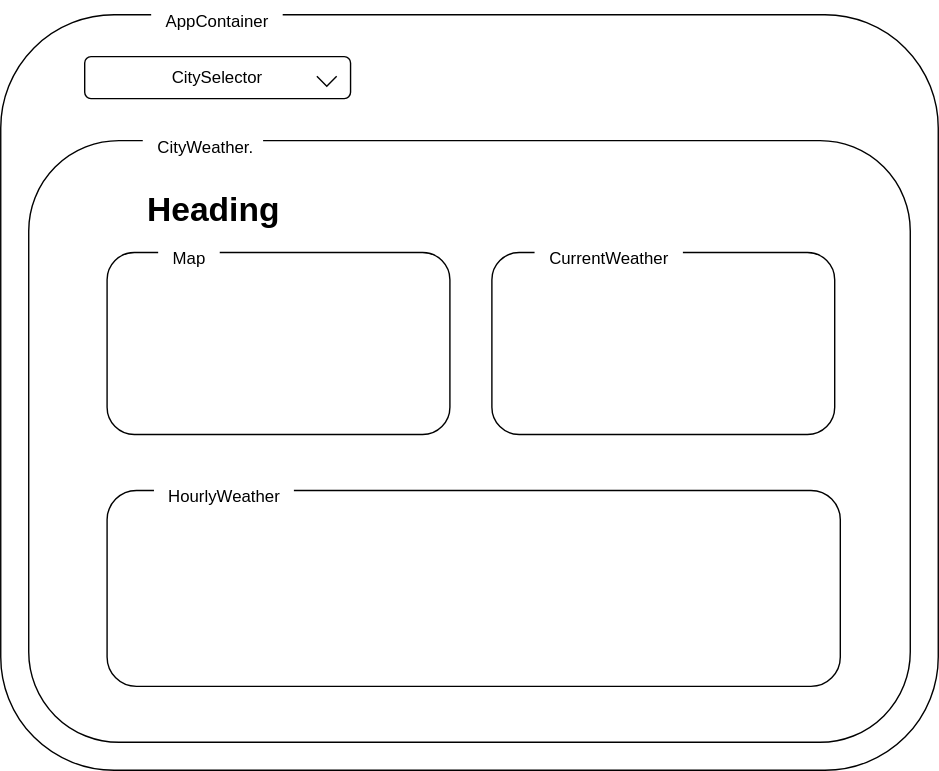
Before: img/wireframe.svg, a diagram exported from draw.io (douglasrusse11/weather_app_weekend_homework_07). Source tidied: cells renumbered, new cells last; positions are measured from the earlier drawing's top-left corner, leaving out a move shared by most shapes.
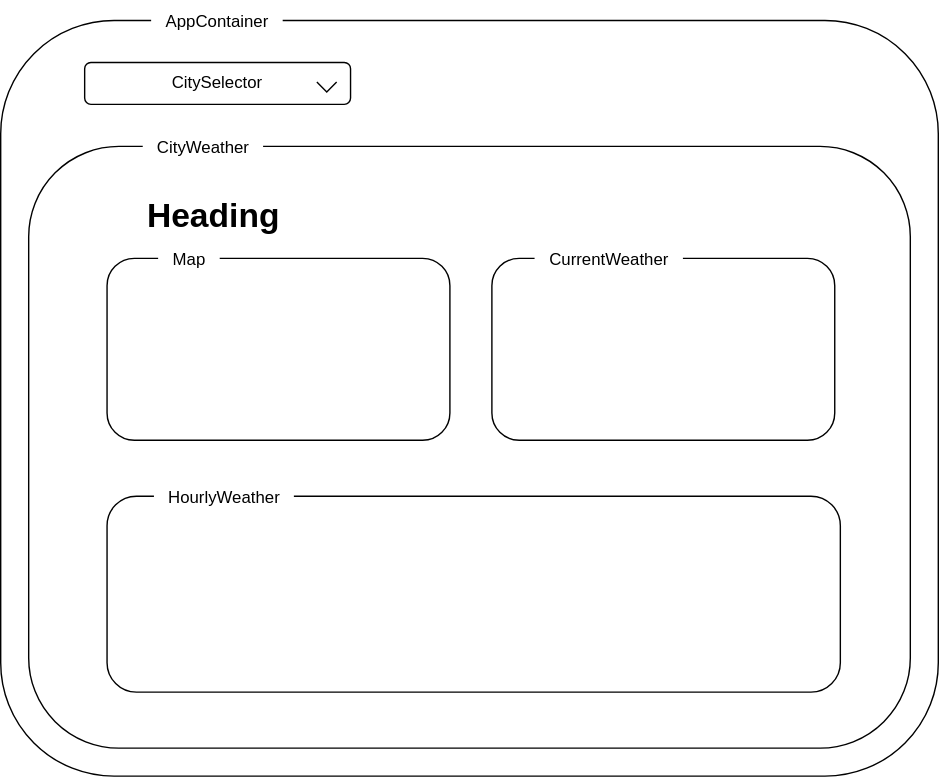
Later version of the same file.

Commit message:
updates text position in wireframe

The edit, as a diff of the source:
```diff
@@ -6,7 +6,7 @@
       <mxGeometry y="10" width="670" height="540" as="geometry" />
     </mxCell>
     <mxCell id="3" value="&amp;nbsp; &amp;nbsp;AppContainer&amp;nbsp;&amp;nbsp;&amp;nbsp;" style="text;html=1;strokeColor=none;fillColor=none;align=center;verticalAlign=middle;whiteSpace=wrap;rounded=0;labelBackgroundColor=default;spacingLeft=0;" parent="1" vertex="1">
-      <mxGeometry x="100" width="110" height="30" as="geometry" />
+      <mxGeometry x="100" y="-4" width="110" height="30" as="geometry" />
     </mxCell>
     <mxCell id="4" value="CitySelector" style="rounded=1;whiteSpace=wrap;html=1;labelBackgroundColor=default;" parent="1" vertex="1">
       <mxGeometry x="60" y="40" width="190" height="30" as="geometry" />
@@ -17,8 +17,8 @@
     <mxCell id="6" style="rounded=1;whiteSpace=wrap;html=1;labelBackgroundColor=default;" parent="1" vertex="1">
       <mxGeometry x="20" y="100" width="630" height="430" as="geometry" />
     </mxCell>
-    <mxCell id="7" value="&amp;nbsp; &amp;nbsp;CityWeather.&amp;nbsp;&amp;nbsp;" style="text;html=1;strokeColor=none;fillColor=none;align=center;verticalAlign=middle;whiteSpace=wrap;rounded=0;labelBackgroundColor=default;" parent="1" vertex="1">
-      <mxGeometry x="100" y="90" width="90" height="30" as="geometry" />
+    <mxCell id="7" value="&amp;nbsp; &amp;nbsp;CityWeather&amp;nbsp; &amp;nbsp;" style="text;html=1;strokeColor=none;fillColor=none;align=center;verticalAlign=middle;whiteSpace=wrap;rounded=0;labelBackgroundColor=default;" parent="1" vertex="1">
+      <mxGeometry x="100" y="86" width="90" height="30" as="geometry" />
     </mxCell>
     <mxCell id="8" value="&lt;h1&gt;Heading&lt;/h1&gt;&lt;p&gt;&lt;br&gt;&lt;/p&gt;" style="text;html=1;strokeColor=none;fillColor=none;spacing=5;spacingTop=-20;whiteSpace=wrap;overflow=hidden;rounded=0;labelBackgroundColor=default;" parent="1" vertex="1">
       <mxGeometry x="100" y="130" width="190" height="40" as="geometry" />
@@ -33,13 +33,13 @@
       <mxGeometry x="76" y="350" width="524" height="140" as="geometry" />
     </mxCell>
     <mxCell id="12" value="&amp;nbsp; &amp;nbsp;CurrentWeather&amp;nbsp; &amp;nbsp;" style="text;html=1;strokeColor=none;fillColor=none;align=center;verticalAlign=middle;whiteSpace=wrap;rounded=0;labelBackgroundColor=default;" parent="1" vertex="1">
-      <mxGeometry x="370" y="170" width="130" height="30" as="geometry" />
+      <mxGeometry x="370" y="166" width="130" height="30" as="geometry" />
     </mxCell>
     <mxCell id="13" value="&amp;nbsp; &amp;nbsp;Map&amp;nbsp; &amp;nbsp;" style="text;html=1;strokeColor=none;fillColor=none;align=center;verticalAlign=middle;whiteSpace=wrap;rounded=0;labelBackgroundColor=default;" parent="1" vertex="1">
-      <mxGeometry x="90" y="170" width="90" height="30" as="geometry" />
+      <mxGeometry x="90" y="166" width="90" height="30" as="geometry" />
     </mxCell>
     <mxCell id="14" value="&amp;nbsp; &amp;nbsp;HourlyWeather&amp;nbsp; &amp;nbsp;" style="text;html=1;strokeColor=none;fillColor=none;align=center;verticalAlign=middle;whiteSpace=wrap;rounded=0;labelBackgroundColor=default;" parent="1" vertex="1">
-      <mxGeometry x="80" y="340" width="160" height="30" as="geometry" />
+      <mxGeometry x="80" y="336" width="160" height="30" as="geometry" />
     </mxCell>
   </root>
 </mxGraphModel>
```
